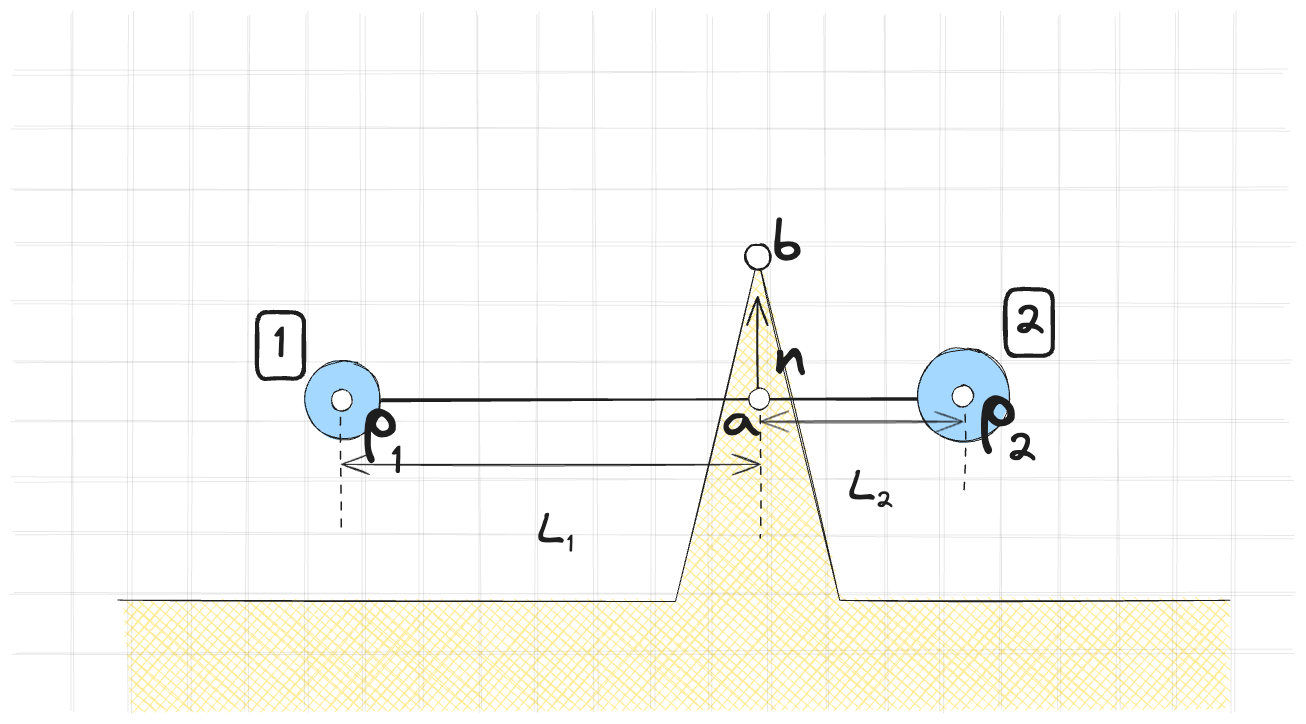
Above: assets/images/constraints/hitman/edge_collision.excalidraw.png in kozakromch/game_physics_2 (Excalidraw), before the change. Source tidied: one line per element, renumbered; positions are measured from the earlier drawing's top-left corner, leaving out a move shared by most shapes.
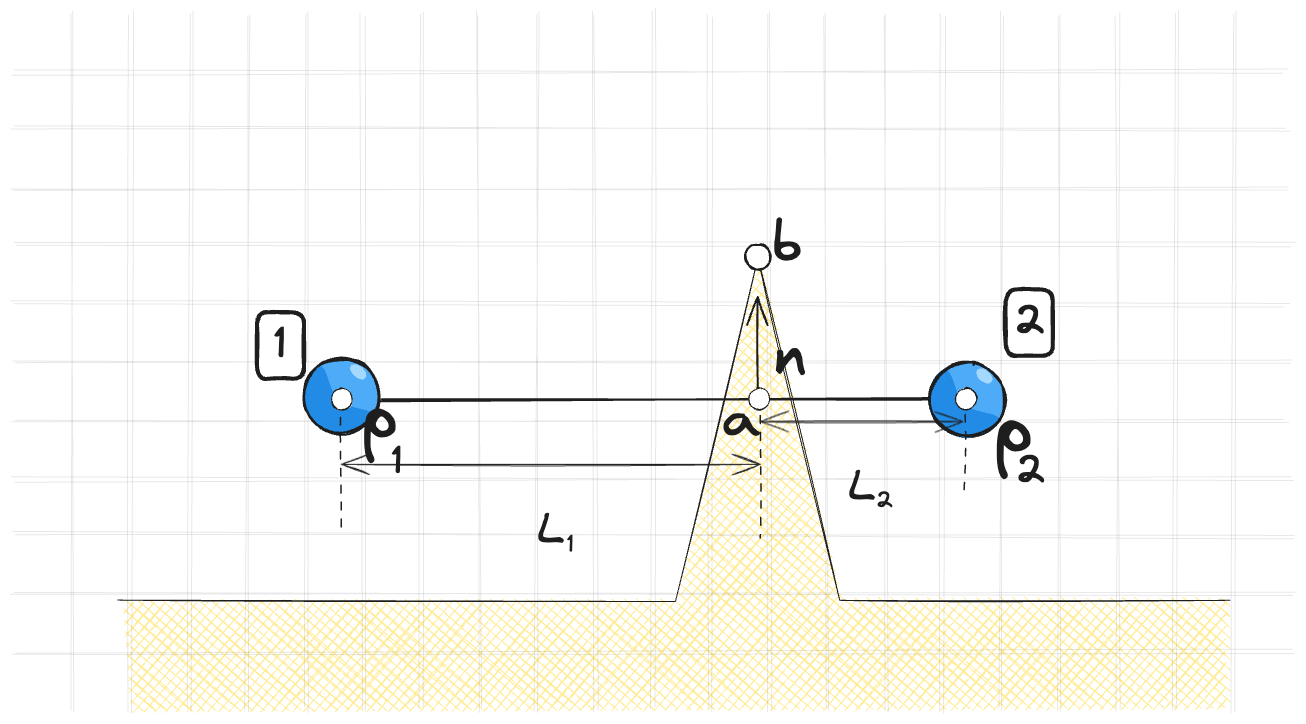
Above is the later version.

The edit, as a diff of the source:
```diff
@@ -31,13 +31,19 @@
 {"id": 30, "type": "line", "strokeColor": "#1e1e1e", "angle": 1.57, "strokeWidth": 1, "roughness": 2, "opacity": 10, "round": true, "x": 1045, "y": 291, "width": 697, "height": 0, "points": [[0, 0], [697, 0]]}
 {"id": 31, "type": "line", "strokeColor": "#1e1e1e", "angle": 1.57, "strokeWidth": 1, "roughness": 2, "opacity": 10, "round": true, "x": 697, "y": 290, "width": 697, "height": 0, "points": [[0, 0], [697, 0]]}
 {"id": 32, "type": "line", "strokeColor": "#1e1e1e", "angle": 1.57, "strokeWidth": 1, "roughness": 2, "opacity": 10, "round": true, "x": 987, "y": 290, "width": 696, "height": 0, "points": [[0, 0], [696, 0]]}
-{"id": 33, "type": "ellipse", "strokeColor": "#1e1e1e", "backgroundColor": "#a5d8ff", "fillStyle": "solid", "strokeWidth": 1, "roughness": 1, "round": true, "x": 581, "y": 289, "width": 76, "height": 78}
 {"id": 34, "type": "line", "strokeColor": "#1e1e1e", "strokeWidth": 1, "roughness": 1, "x": 394, "y": 528, "width": 1112, "height": 344, "points": [[0, 0], [558, 1], [640, -343], [722, 0], [1112, 0]]}
 {"id": 35, "type": "line", "strokeColor": "#1e1e1e", "strokeWidth": 2, "roughness": 1, "round": true, "x": 658, "y": 329, "width": 548, "height": 2, "points": [[0, 0], [548, -2]]}
-{"id": 36, "type": "ellipse", "strokeColor": "#1e1e1e", "backgroundColor": "#a5d8ff", "fillStyle": "solid", "strokeWidth": 1, "roughness": 1, "round": true, "x": 1194, "y": 277, "width": 92, "height": 94}
+{"id": 62, "type": "ellipse", "strokeColor": "#1e1e1e", "angle": 4.84, "backgroundColor": "#4dabf7", "fillStyle": "solid", "strokeWidth": 2, "roughness": 1, "x": 580, "y": 286, "width": 76, "height": 76}
+{"id": 63, "type": "line", "strokeColor": "transparent", "angle": 0.53, "backgroundColor": "#228be6", "fillStyle": "solid", "strokeWidth": 1, "roughness": 0, "round": true, "x": 608, "y": 359, "width": 74, "height": 52, "points": [[0, 0], [-13, -4], [-22, -11], [-30, -22], [-32, -38], [-25, -52], [4, -31], [37, -37], [42, -33], [38, -19], [30, -9], [17, -2], [0, 0]]}
+{"id": 64, "type": "ellipse", "strokeColor": "#a5d8ff", "angle": 0.7, "backgroundColor": "#a5d8ff", "fillStyle": "solid", "strokeWidth": 1, "roughness": 1, "round": true, "x": 626, "y": 295, "width": 18, "height": 10}
+{"id": 65, "type": "ellipse", "strokeColor": "#1e1e1e", "strokeWidth": 2, "roughness": 1, "round": true, "x": 580, "y": 287, "width": 76, "height": 74}
 {"id": 37, "type": "arrow", "strokeColor": "#1e1e1e", "backgroundColor": "#ffec99", "fillStyle": "cross-hatch", "strokeWidth": 2, "roughness": 1, "endArrowhead": "arrow", "x": 1034, "y": 327, "width": 0, "height": 102, "points": [[0, 0], [0, -102]]}
 {"id": 38, "type": "line", "strokeColor": "#1e1e1e", "backgroundColor": "#ffec99", "fillStyle": "cross-hatch", "strokeWidth": 1, "strokeStyle": "dashed", "roughness": 1, "x": 617, "y": 329, "width": 0, "height": 131, "points": [[0, 0], [0, 131]]}
 {"id": 39, "type": "line", "strokeColor": "#1e1e1e", "backgroundColor": "#ffec99", "fillStyle": "cross-hatch", "strokeWidth": 1, "strokeStyle": "dashed", "roughness": 1, "x": 1037, "y": 327, "width": 0, "height": 140, "points": [[0, 0], [0, 140]]}
+{"id": 66, "type": "ellipse", "strokeColor": "#1e1e1e", "angle": 4.84, "backgroundColor": "#4dabf7", "fillStyle": "solid", "strokeWidth": 2, "roughness": 1, "x": 1206, "y": 290, "width": 76, "height": 76}
+{"id": 67, "type": "line", "strokeColor": "transparent", "angle": 0.53, "backgroundColor": "#228be6", "fillStyle": "solid", "strokeWidth": 1, "roughness": 0, "round": true, "x": 1233, "y": 363, "width": 74, "height": 52, "points": [[0, 0], [-13, -4], [-22, -11], [-30, -22], [-32, -38], [-25, -52], [4, -31], [37, -37], [42, -33], [38, -19], [30, -9], [17, -2], [0, 0]]}
+{"id": 68, "type": "ellipse", "strokeColor": "#a5d8ff", "angle": 0.7, "backgroundColor": "#a5d8ff", "fillStyle": "solid", "strokeWidth": 1, "roughness": 1, "round": true, "x": 1252, "y": 299, "width": 18, "height": 10}
+{"id": 69, "type": "ellipse", "strokeColor": "#1e1e1e", "strokeWidth": 2, "roughness": 1, "round": true, "x": 1206, "y": 291, "width": 76, "height": 74}
 {"id": 40, "type": "line", "strokeColor": "#1e1e1e", "backgroundColor": "#ffec99", "fillStyle": "cross-hatch", "strokeWidth": 1, "strokeStyle": "dashed", "roughness": 1, "x": 1240, "y": 326, "width": 0, "height": 92, "points": [[0, 0], [0, 92]]}
 {"id": 41, "type": "arrow", "strokeColor": "#1e1e1e", "backgroundColor": "#ffec99", "fillStyle": "cross-hatch", "strokeWidth": 1, "roughness": 1, "startArrowhead": "arrow", "endArrowhead": "arrow", "x": 618, "y": 459, "width": 419, "height": 135, "points": [[0, 0], [419, 0]]}
 {"id": 42, "type": "text", "text": "L", "strokeColor": "#1e1e1e", "backgroundColor": "#ffffff", "fillStyle": "solid", "strokeWidth": 4, "roughness": 1, "fontSize": 43.51, "fontFamily": 1, "textAlign": "center", "verticalAlign": "middle", "inside": 41, "x": 757, "y": 343, "width": 26, "height": 54}
@@ -51,12 +57,12 @@
 {"id": 50, "type": "text", "text": "2", "strokeColor": "#1e1e1e", "backgroundColor": "#ffffff", "fillStyle": "solid", "strokeWidth": 4, "roughness": 1, "fontSize": 24.17, "fontFamily": 1, "x": 1152, "y": 414, "width": 17, "height": 30}
 {"id": 51, "type": "text", "text": "p", "strokeColor": "#1e1e1e", "backgroundColor": "#ffffff", "fillStyle": "solid", "strokeWidth": 4, "roughness": 1, "fontSize": 70.2, "fontFamily": 1, "x": 639, "y": 303, "width": 35, "height": 88}
 {"id": 52, "type": "text", "text": "1", "strokeColor": "#1e1e1e", "backgroundColor": "#ffffff", "fillStyle": "solid", "strokeWidth": 4, "roughness": 1, "fontSize": 39.0, "fontFamily": 1, "x": 668, "y": 367, "width": 11, "height": 49}
-{"id": 53, "type": "text", "text": "p", "strokeColor": "#1e1e1e", "backgroundColor": "#ffffff", "fillStyle": "solid", "strokeWidth": 4, "roughness": 1, "fontSize": 75.49, "fontFamily": 1, "x": 1256, "y": 287, "width": 37, "height": 94}
+{"id": 53, "type": "text", "text": "p", "strokeColor": "#1e1e1e", "backgroundColor": "#ffffff", "fillStyle": "solid", "strokeWidth": 4, "roughness": 1, "fontSize": 75.49, "fontFamily": 1, "x": 1271, "y": 313, "width": 37, "height": 94}
-{"id": 54, "type": "text", "text": "2", "strokeColor": "#1e1e1e", "backgroundColor": "#ffffff", "fillStyle": "solid", "strokeWidth": 4, "roughness": 1, "fontSize": 41.94, "fontFamily": 1, "x": 1283, "y": 352, "width": 30, "height": 52}
+{"id": 54, "type": "text", "text": "2", "strokeColor": "#1e1e1e", "backgroundColor": "#ffffff", "fillStyle": "solid", "strokeWidth": 4, "roughness": 1, "fontSize": 41.94, "fontFamily": 1, "x": 1291, "y": 373, "width": 30, "height": 52}
 {"id": 55, "type": "text", "text": "n", "strokeColor": "#1e1e1e", "backgroundColor": "#ffffff", "fillStyle": "solid", "strokeWidth": 1, "roughness": 1, "fontSize": 66.98, "fontFamily": 1, "x": 1051, "y": 245, "width": 31, "height": 84}
 {"id": 56, "type": "ellipse", "strokeColor": "#1e1e1e", "backgroundColor": "#ffffff", "fillStyle": "solid", "strokeWidth": 1, "roughness": 1, "round": true, "x": 1025, "y": 316, "width": 21, "height": 22}
 {"id": 57, "type": "text", "text": "a", "strokeColor": "#1e1e1e", "backgroundColor": "#ffffff", "fillStyle": "solid", "strokeWidth": 1, "roughness": 1, "fontSize": 56.76, "fontFamily": 1, "x": 999, "y": 314, "width": 38, "height": 71}
 {"id": 58, "type": "ellipse", "strokeColor": "#1e1e1e", "backgroundColor": "#ffffff", "fillStyle": "solid", "strokeWidth": 2, "roughness": 1, "round": true, "x": 1022, "y": 173, "width": 25, "height": 25}
 {"id": 59, "type": "text", "text": "b", "strokeColor": "#1e1e1e", "backgroundColor": "#ffffff", "fillStyle": "solid", "strokeWidth": 1, "roughness": 1, "fontSize": 56.16, "fontFamily": 1, "x": 1050, "y": 138, "width": 29, "height": 70}
-{"id": 60, "type": "ellipse", "strokeColor": "#1e1e1e", "backgroundColor": "#ffffff", "fillStyle": "solid", "strokeWidth": 1, "roughness": 1, "round": true, "x": 608, "y": 318, "width": 21, "height": 22}
+{"id": 60, "type": "ellipse", "strokeColor": "#1e1e1e", "backgroundColor": "#ffffff", "fillStyle": "solid", "strokeWidth": 1, "roughness": 1, "round": true, "x": 608, "y": 317, "width": 21, "height": 22}
-{"id": 61, "type": "ellipse", "strokeColor": "#1e1e1e", "backgroundColor": "#ffffff", "fillStyle": "solid", "strokeWidth": 1, "roughness": 1, "round": true, "x": 1229, "y": 313, "width": 21, "height": 22}
+{"id": 61, "type": "ellipse", "strokeColor": "#1e1e1e", "backgroundColor": "#ffffff", "fillStyle": "solid", "strokeWidth": 1, "roughness": 1, "round": true, "x": 1232, "y": 316, "width": 21, "height": 22}
```
